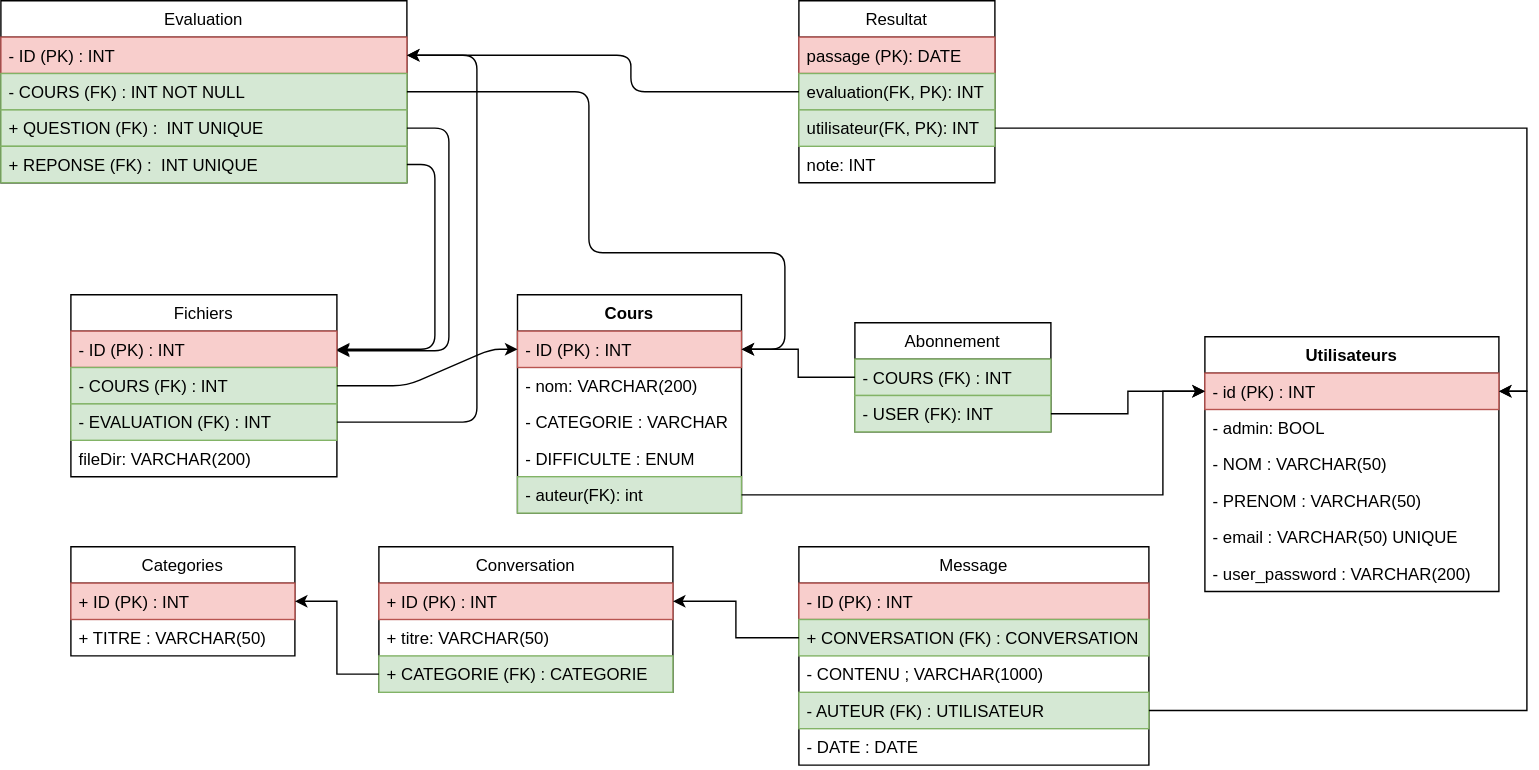
Above: documentation/diagrammes/SVG/BDD.svg in FC-Dijkstra/SiteFormation_DAW (draw.io), before the change. Source tidied: cells renumbered, new cells last; positions are measured from the earlier drawing's top-left corner, leaving out a move shared by most shapes.
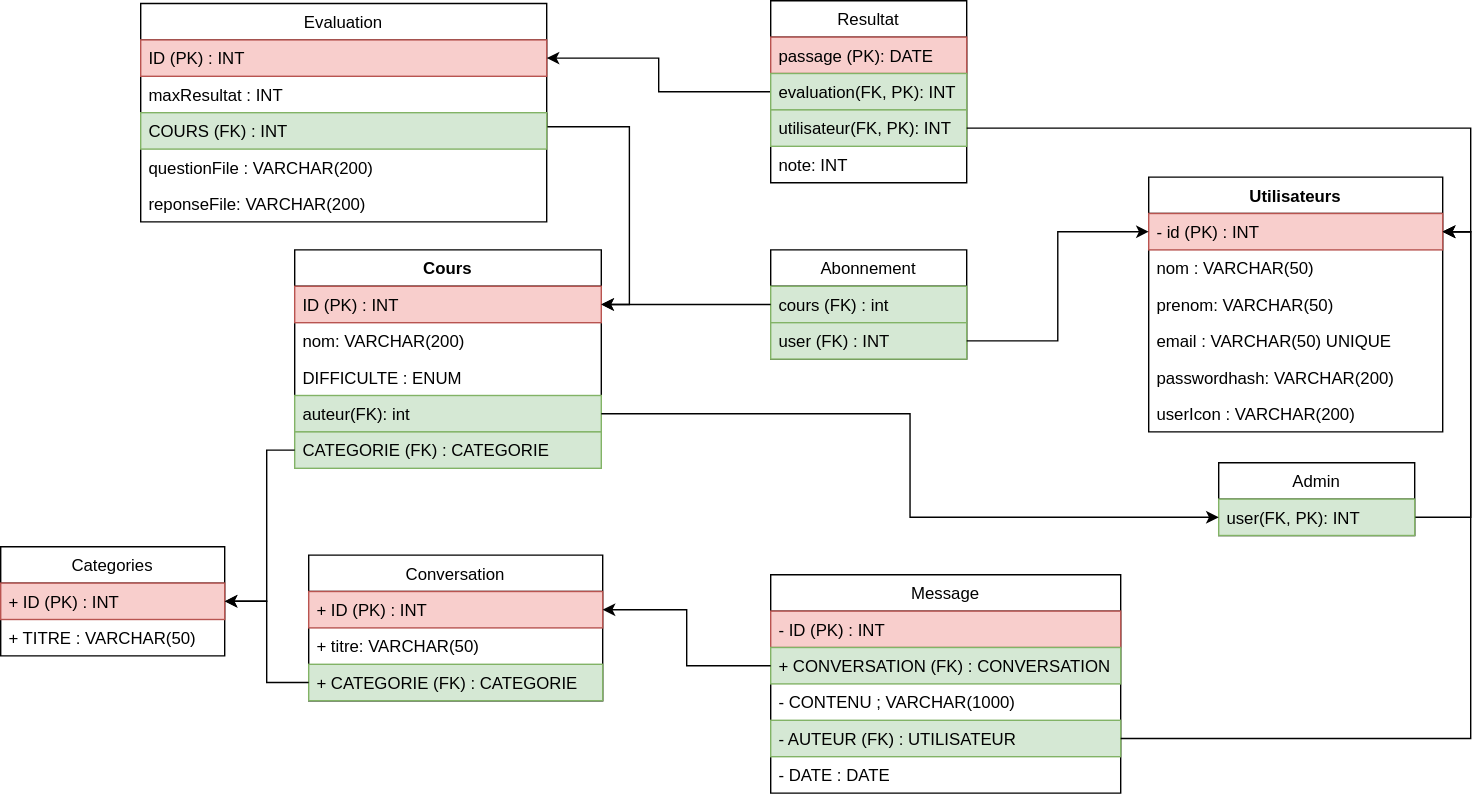
After the commit.

The edit, as a diff of the source:
```diff
@@ -5,3 +5,3 @@
     <mxCell id="2" value="Utilisateurs" style="swimlane;fontStyle=1;align=center;verticalAlign=top;horizontal=1;startSize=26;" parent="1" vertex="1">
-      <mxGeometry x="860" y="240" width="210" height="182" as="geometry" />
+      <mxGeometry x="840" y="126" width="210" height="182" as="geometry" />
     </mxCell>
@@ -10,42 +10,42 @@
     </mxCell>
-    <mxCell id="4" value="- admin: BOOL" style="text;strokeColor=none;fillColor=none;align=left;verticalAlign=top;spacingLeft=4;spacingRight=4;overflow=hidden;" parent="2" vertex="1">
-      <mxGeometry y="52" width="210" height="26" as="geometry" />
-    </mxCell>
-    <mxCell id="5" value="- NOM : VARCHAR(50)" style="text;strokeColor=none;fillColor=none;align=left;verticalAlign=top;spacingLeft=4;spacingRight=4;overflow=hidden;" parent="2" vertex="1">
-      <mxGeometry y="78" width="210" height="26" as="geometry" />
+    <mxCell id="5" value="nom : VARCHAR(50)" style="text;strokeColor=none;fillColor=none;align=left;verticalAlign=top;spacingLeft=4;spacingRight=4;overflow=hidden;" parent="2" vertex="1">
+      <mxGeometry y="52" width="210" height="26" as="geometry" />
     </mxCell>
-    <mxCell id="6" value="- PRENOM : VARCHAR(50)" style="text;strokeColor=none;fillColor=none;align=left;verticalAlign=top;spacingLeft=4;spacingRight=4;overflow=hidden;" parent="2" vertex="1">
-      <mxGeometry y="104" width="210" height="26" as="geometry" />
+    <mxCell id="6" value="prenom: VARCHAR(50)" style="text;strokeColor=none;fillColor=none;align=left;verticalAlign=top;spacingLeft=4;spacingRight=4;overflow=hidden;" parent="2" vertex="1">
+      <mxGeometry y="78" width="210" height="26" as="geometry" />
     </mxCell>
-    <mxCell id="7" value="- email : VARCHAR(50) UNIQUE" style="text;strokeColor=none;fillColor=none;align=left;verticalAlign=top;spacingLeft=4;spacingRight=4;overflow=hidden;" parent="2" vertex="1">
-      <mxGeometry y="130" width="210" height="26" as="geometry" />
+    <mxCell id="7" value="email : VARCHAR(50) UNIQUE" style="text;strokeColor=none;fillColor=none;align=left;verticalAlign=top;spacingLeft=4;spacingRight=4;overflow=hidden;" parent="2" vertex="1">
+      <mxGeometry y="104" width="210" height="26" as="geometry" />
     </mxCell>
-    <mxCell id="8" value="- user_password : VARCHAR(200)" style="text;strokeColor=none;fillColor=none;align=left;verticalAlign=top;spacingLeft=4;spacingRight=4;overflow=hidden;" parent="2" vertex="1">
-      <mxGeometry y="156" width="210" height="26" as="geometry" />
+    <mxCell id="8" value="passwordhash: VARCHAR(200)" style="text;strokeColor=none;fillColor=none;align=left;verticalAlign=top;spacingLeft=4;spacingRight=4;overflow=hidden;" parent="2" vertex="1">
+      <mxGeometry y="130" width="210" height="26" as="geometry" />
     </mxCell>
+    <mxCell id="59" value="userIcon : VARCHAR(200)" style="text;strokeColor=none;fillColor=none;align=left;verticalAlign=top;spacingLeft=4;spacingRight=4;overflow=hidden;" parent="2" vertex="1">
+      <mxGeometry y="156" width="210" height="26" as="geometry" />
+    </mxCell>
     <mxCell id="9" value="Cours" style="swimlane;fontStyle=1;align=center;verticalAlign=top;horizontal=1;startSize=26;" parent="1" vertex="1">
-      <mxGeometry x="369" y="210" width="160" height="156" as="geometry" />
+      <mxGeometry x="230" y="178" width="219" height="156" as="geometry" />
     </mxCell>
-    <mxCell id="10" value="- ID (PK) : INT" style="text;strokeColor=#b85450;fillColor=#f8cecc;align=left;verticalAlign=top;spacingLeft=4;spacingRight=4;overflow=hidden;points=[[0,0.5],[1,0.5]];portConstraint=eastwest;" parent="9" vertex="1">
-      <mxGeometry y="26" width="160" height="26" as="geometry" />
+    <mxCell id="10" value="ID (PK) : INT" style="text;strokeColor=#b85450;fillColor=#f8cecc;align=left;verticalAlign=top;spacingLeft=4;spacingRight=4;overflow=hidden;points=[[0,0.5],[1,0.5]];portConstraint=eastwest;" parent="9" vertex="1">
+      <mxGeometry y="26" width="219" height="26" as="geometry" />
     </mxCell>
-    <mxCell id="11" value="- nom: VARCHAR(200)" style="text;strokeColor=none;fillColor=none;align=left;verticalAlign=top;spacingLeft=4;spacingRight=4;overflow=hidden;" parent="9" vertex="1">
-      <mxGeometry y="52" width="160" height="26" as="geometry" />
+    <mxCell id="11" value="nom: VARCHAR(200)" style="text;strokeColor=none;fillColor=none;align=left;verticalAlign=top;spacingLeft=4;spacingRight=4;overflow=hidden;" parent="9" vertex="1">
+      <mxGeometry y="52" width="219" height="26" as="geometry" />
     </mxCell>
-    <mxCell id="12" value="- CATEGORIE : VARCHAR" style="text;strokeColor=none;fillColor=none;align=left;verticalAlign=top;spacingLeft=4;spacingRight=4;overflow=hidden;" parent="9" vertex="1">
-      <mxGeometry y="78" width="160" height="26" as="geometry" />
-    </mxCell>
-    <mxCell id="13" value="- DIFFICULTE : ENUM" style="text;strokeColor=none;fillColor=none;align=left;verticalAlign=top;spacingLeft=4;spacingRight=4;overflow=hidden;" parent="9" vertex="1">
-      <mxGeometry y="104" width="160" height="26" as="geometry" />
+    <mxCell id="13" value="DIFFICULTE : ENUM" style="text;strokeColor=none;fillColor=none;align=left;verticalAlign=top;spacingLeft=4;spacingRight=4;overflow=hidden;" parent="9" vertex="1">
+      <mxGeometry y="78" width="219" height="26" as="geometry" />
     </mxCell>
-    <mxCell id="14" value="- auteur(FK): int" style="text;strokeColor=#82b366;fillColor=#d5e8d4;align=left;verticalAlign=top;spacingLeft=4;spacingRight=4;overflow=hidden;points=[[0,0.5],[1,0.5]];portConstraint=eastwest;" parent="9" vertex="1">
-      <mxGeometry y="130" width="160" height="26" as="geometry" />
+    <mxCell id="14" value="auteur(FK): int" style="text;strokeColor=#82b366;fillColor=#d5e8d4;align=left;verticalAlign=top;spacingLeft=4;spacingRight=4;overflow=hidden;points=[[0,0.5],[1,0.5]];portConstraint=eastwest;" parent="9" vertex="1">
+      <mxGeometry y="104" width="219" height="26" as="geometry" />
     </mxCell>
+    <mxCell id="60" value="CATEGORIE (FK) : CATEGORIE" style="text;strokeColor=#82b366;fillColor=#d5e8d4;align=left;verticalAlign=top;spacingLeft=4;spacingRight=4;overflow=hidden;points=[[0,0.5],[1,0.5]];portConstraint=eastwest;" parent="9" vertex="1">
+      <mxGeometry y="130" width="219" height="26" as="geometry" />
+    </mxCell>
     <mxCell id="15" value="Abonnement" style="swimlane;fontStyle=0;horizontal=1;startSize=26;fillColor=none;" parent="1" vertex="1">
-      <mxGeometry x="610" y="230" width="140" height="78" as="geometry" />
+      <mxGeometry x="570" y="178" width="140" height="78" as="geometry" />
     </mxCell>
-    <mxCell id="16" value="- COURS (FK) : INT" style="text;strokeColor=#82b366;fillColor=#d5e8d4;align=left;verticalAlign=top;spacingLeft=4;spacingRight=4;overflow=hidden;points=[[0,0.5],[1,0.5]];portConstraint=eastwest;" parent="15" vertex="1">
+    <mxCell id="16" value="cours (FK) : int" style="text;strokeColor=#82b366;fillColor=#d5e8d4;align=left;verticalAlign=top;spacingLeft=4;spacingRight=4;overflow=hidden;points=[[0,0.5],[1,0.5]];portConstraint=eastwest;" parent="15" vertex="1">
       <mxGeometry y="26" width="140" height="26" as="geometry" />
     </mxCell>
-    <mxCell id="17" value="- USER (FK): INT" style="text;strokeColor=#82b366;fillColor=#d5e8d4;align=left;verticalAlign=top;spacingLeft=4;spacingRight=4;overflow=hidden;points=[[0,0.5],[1,0.5]];portConstraint=eastwest;" parent="15" vertex="1">
+    <mxCell id="17" value="user (FK) : INT" style="text;strokeColor=#82b366;fillColor=#d5e8d4;align=left;verticalAlign=top;spacingLeft=4;spacingRight=4;overflow=hidden;points=[[0,0.5],[1,0.5]];portConstraint=eastwest;" parent="15" vertex="1">
       <mxGeometry y="52" width="140" height="26" as="geometry" />
@@ -53,3 +53,3 @@
     <mxCell id="18" value="Message" style="swimlane;fontStyle=0;horizontal=1;startSize=26;fillColor=none;" parent="1" vertex="1">
-      <mxGeometry x="570" y="390" width="250" height="156" as="geometry" />
+      <mxGeometry x="570" y="410" width="250" height="156" as="geometry" />
     </mxCell>
@@ -71,3 +71,3 @@
     <mxCell id="24" value="Conversation" style="swimlane;fontStyle=0;horizontal=1;startSize=26;fillColor=none;" parent="1" vertex="1">
-      <mxGeometry x="270" y="390" width="210" height="104" as="geometry" />
+      <mxGeometry x="240" y="396" width="210" height="104" as="geometry" />
     </mxCell>
@@ -83,3 +83,3 @@
     <mxCell id="28" value="Categories" style="swimlane;fontStyle=0;horizontal=1;startSize=26;fillColor=none;" parent="1" vertex="1">
-      <mxGeometry x="50" y="390" width="160" height="78" as="geometry" />
+      <mxGeometry x="20" y="390" width="160" height="78" as="geometry" />
     </mxCell>
@@ -91,32 +91,32 @@
     </mxCell>
-    <mxCell id="31" value="Fichiers" style="swimlane;fontStyle=0;horizontal=1;startSize=26;fillColor=none;" parent="1" vertex="1">
-      <mxGeometry x="50" y="210" width="190" height="130" as="geometry" />
-    </mxCell>
-    <mxCell id="32" value="- ID (PK) : INT" style="text;strokeColor=#b85450;fillColor=#f8cecc;align=left;verticalAlign=top;spacingLeft=4;spacingRight=4;overflow=hidden;points=[[0,0.5],[1,0.5]];portConstraint=eastwest;" parent="31" vertex="1">
-      <mxGeometry y="26" width="190" height="26" as="geometry" />
-    </mxCell>
-    <mxCell id="33" value="- COURS (FK) : INT" style="text;strokeColor=#82b366;fillColor=#d5e8d4;align=left;verticalAlign=top;spacingLeft=4;spacingRight=4;overflow=hidden;points=[[0,0.5],[1,0.5]];portConstraint=eastwest;" parent="31" vertex="1">
-      <mxGeometry y="52" width="190" height="26" as="geometry" />
-    </mxCell>
-    <mxCell id="34" value="- EVALUATION (FK) : INT" style="text;strokeColor=#82b366;fillColor=#d5e8d4;align=left;verticalAlign=top;spacingLeft=4;spacingRight=4;overflow=hidden;points=[[0,0.5],[1,0.5]];portConstraint=eastwest;" parent="31" vertex="1">
-      <mxGeometry y="78" width="190" height="26" as="geometry" />
-    </mxCell>
-    <mxCell id="35" value="fileDir: VARCHAR(200)" style="text;strokeColor=none;fillColor=none;align=left;verticalAlign=top;spacingLeft=4;spacingRight=4;overflow=hidden;" parent="31" vertex="1">
-      <mxGeometry y="104" width="190" height="26" as="geometry" />
-    </mxCell>
+    <mxCell id="61" style="edgeStyle=orthogonalEdgeStyle;rounded=0;jettySize=auto;html=1;exitX=1;exitY=0.5;exitDx=0;exitDy=0;entryX=1;entryY=0.5;entryDx=0;entryDy=0;" parent="1" edge="1" source="36" target="10">
+      <mxGeometry relative="1" as="geometry">
+        <Array as="points">
+          <mxPoint x="410" y="90" />
+          <mxPoint x="469" y="90" />
+          <mxPoint x="469" y="217" />
+        </Array>
+      </mxGeometry>
+    </mxCell>
     <mxCell id="36" value="Evaluation" style="swimlane;fontStyle=0;horizontal=1;startSize=26;fillColor=none;" parent="1" vertex="1">
-      <mxGeometry width="290" height="130" as="geometry" />
+      <mxGeometry x="120" y="2" width="290" height="156" as="geometry" />
     </mxCell>
-    <mxCell id="37" value="- ID (PK) : INT" style="text;strokeColor=#b85450;fillColor=#f8cecc;align=left;verticalAlign=top;spacingLeft=4;spacingRight=4;overflow=hidden;points=[[0,0.5],[1,0.5]];portConstraint=eastwest;" parent="36" vertex="1">
+    <mxCell id="37" value="ID (PK) : INT" style="text;strokeColor=#b85450;fillColor=#f8cecc;align=left;verticalAlign=top;spacingLeft=4;spacingRight=4;overflow=hidden;points=[[0,0.5],[1,0.5]];portConstraint=eastwest;" parent="36" vertex="1">
       <mxGeometry y="26" width="290" height="26" as="geometry" />
     </mxCell>
+    <mxCell id="62" value="maxResultat : INT" style="text;strokeColor=none;fillColor=none;align=left;verticalAlign=top;spacingLeft=4;spacingRight=4;overflow=hidden;" parent="36" vertex="1">
+      <mxGeometry y="52" width="290" height="26" as="geometry" />
+    </mxCell>
-    <mxCell id="38" value="- COURS (FK) : INT NOT NULL" style="text;strokeColor=#82b366;fillColor=#d5e8d4;align=left;verticalAlign=top;spacingLeft=4;spacingRight=4;overflow=hidden;" parent="36" vertex="1">
-      <mxGeometry y="52" width="290" height="26" as="geometry" />
+    <mxCell id="38" value="COURS (FK) : INT&#10;" style="text;strokeColor=#82b366;fillColor=#d5e8d4;align=left;verticalAlign=top;spacingLeft=4;spacingRight=4;overflow=hidden;" parent="36" vertex="1">
+      <mxGeometry y="78" width="290" height="26" as="geometry" />
     </mxCell>
-    <mxCell id="39" value="+ QUESTION (FK) :  INT UNIQUE" style="text;strokeColor=#82b366;fillColor=#d5e8d4;align=left;verticalAlign=top;spacingLeft=4;spacingRight=4;overflow=hidden;points=[[0,0.5],[1,0.5]];portConstraint=eastwest;" parent="36" vertex="1">
-      <mxGeometry y="78" width="290" height="26" as="geometry" />
+    <mxCell id="39" value="questionFile : VARCHAR(200)" style="text;align=left;verticalAlign=top;spacingLeft=4;spacingRight=4;overflow=hidden;points=[[0,0.5],[1,0.5]];portConstraint=eastwest;" parent="36" vertex="1">
+      <mxGeometry y="104" width="290" height="26" as="geometry" />
     </mxCell>
-    <mxCell id="40" value="+ REPONSE (FK) :  INT UNIQUE" style="text;strokeColor=#82b366;fillColor=#d5e8d4;align=left;verticalAlign=top;spacingLeft=4;spacingRight=4;overflow=hidden;points=[[0,0.5],[1,0.5]];portConstraint=eastwest;" parent="36" vertex="1">
-      <mxGeometry y="104" width="290" height="26" as="geometry" />
+    <mxCell id="40" value="reponseFile: VARCHAR(200)" style="text;align=left;verticalAlign=top;spacingLeft=4;spacingRight=4;overflow=hidden;points=[[0,0.5],[1,0.5]];portConstraint=eastwest;" parent="36" vertex="1">
+      <mxGeometry y="130" width="290" height="26" as="geometry" />
     </mxCell>
+    <mxCell id="63" style="edgeStyle=orthogonalEdgeStyle;rounded=0;jettySize=auto;html=1;exitX=0;exitY=0.5;exitDx=0;exitDy=0;entryX=1;entryY=0.5;entryDx=0;entryDy=0;" parent="1" edge="1" source="41" target="37">
+      <mxGeometry relative="1" as="geometry" />
+    </mxCell>
     <mxCell id="41" value="Resultat" style="swimlane;fontStyle=0;horizontal=1;startSize=26;fillColor=none;" parent="1" vertex="1">
@@ -140,3 +140,8 @@
     <mxCell id="47" style="edgeStyle=orthogonalEdgeStyle;rounded=0;jettySize=auto;html=1;exitX=0;exitY=0.5;exitDx=0;exitDy=0;entryX=1;entryY=0.5;entryDx=0;entryDy=0;" parent="1" edge="1" source="27" target="29">
-      <mxGeometry relative="1" as="geometry" />
+      <mxGeometry relative="1" as="geometry">
+        <Array as="points">
+          <mxPoint x="210" y="487" />
+          <mxPoint x="210" y="429" />
+        </Array>
+      </mxGeometry>
     </mxCell>
@@ -145,2 +150,30 @@
     </mxCell>
+    <mxCell id="50" style="edgeStyle=orthogonalEdgeStyle;rounded=0;jettySize=auto;html=1;exitX=0;exitY=0.5;exitDx=0;exitDy=0;entryX=1;entryY=0.5;entryDx=0;entryDy=0;" parent="1" edge="1" source="16" target="10">
+      <mxGeometry relative="1" as="geometry" />
+    </mxCell>
+    <mxCell id="52" style="edgeStyle=orthogonalEdgeStyle;rounded=0;jettySize=auto;html=1;exitX=1;exitY=0.5;exitDx=0;exitDy=0;entryX=1;entryY=0.5;entryDx=0;entryDy=0;" parent="1" edge="1" source="44" target="3">
+      <mxGeometry relative="1" as="geometry" />
+    </mxCell>
+    <mxCell id="64" style="edgeStyle=orthogonalEdgeStyle;rounded=0;jettySize=auto;html=1;exitX=1;exitY=0.75;exitDx=0;exitDy=0;entryX=1;entryY=0.5;entryDx=0;entryDy=0;" parent="1" edge="1" source="65" target="3">
+      <mxGeometry relative="1" as="geometry">
+        <Array as="points">
+          <mxPoint x="1070" y="369" />
+          <mxPoint x="1070" y="165" />
+        </Array>
+      </mxGeometry>
+    </mxCell>
+    <mxCell id="65" value="Admin" style="swimlane;fontStyle=0;horizontal=1;startSize=26;fillColor=none;" parent="1" vertex="1">
+      <mxGeometry x="890" y="330" width="140" height="52" as="geometry" />
+    </mxCell>
+    <mxCell id="66" value="user(FK, PK): INT" style="text;strokeColor=#82b366;fillColor=#d5e8d4;align=left;verticalAlign=top;spacingLeft=4;spacingRight=4;overflow=hidden;points=[[0,0.5],[1,0.5]];portConstraint=eastwest;" parent="65" vertex="1">
+      <mxGeometry y="26" width="140" height="26" as="geometry" />
+    </mxCell>
+    <mxCell id="67" style="edgeStyle=orthogonalEdgeStyle;rounded=0;jettySize=auto;html=1;exitX=0;exitY=0.5;exitDx=0;exitDy=0;entryX=1;entryY=0.5;entryDx=0;entryDy=0;" parent="1" edge="1" source="60" target="29">
+      <mxGeometry relative="1" as="geometry">
+        <Array as="points">
+          <mxPoint x="210" y="321" />
+          <mxPoint x="210" y="429" />
+        </Array>
+      </mxGeometry>
+    </mxCell>
     <mxCell id="49" style="edgeStyle=orthogonalEdgeStyle;rounded=0;jettySize=auto;html=1;exitX=1;exitY=0.5;exitDx=0;exitDy=0;entryX=0;entryY=0.5;entryDx=0;entryDy=0;" parent="1" edge="1" source="17" target="3">
@@ -148,67 +181,5 @@
     </mxCell>
-    <mxCell id="50" style="edgeStyle=orthogonalEdgeStyle;rounded=0;jettySize=auto;html=1;exitX=0;exitY=0.5;exitDx=0;exitDy=0;entryX=1;entryY=0.5;entryDx=0;entryDy=0;" parent="1" edge="1" source="16" target="10">
-      <mxGeometry relative="1" as="geometry" />
-    </mxCell>
-    <mxCell id="51" style="edgeStyle=orthogonalEdgeStyle;rounded=0;jettySize=auto;html=1;exitX=1;exitY=0.5;exitDx=0;exitDy=0;entryX=0;entryY=0.5;entryDx=0;entryDy=0;" parent="1" edge="1" source="14" target="3">
-      <mxGeometry relative="1" as="geometry">
-        <Array as="points">
-          <mxPoint x="830" y="353" />
-          <mxPoint x="830" y="279" />
-        </Array>
-      </mxGeometry>
-    </mxCell>
-    <mxCell id="52" style="edgeStyle=orthogonalEdgeStyle;rounded=0;jettySize=auto;html=1;exitX=1;exitY=0.5;exitDx=0;exitDy=0;entryX=1;entryY=0.5;entryDx=0;entryDy=0;" parent="1" edge="1" source="44" target="3">
-      <mxGeometry relative="1" as="geometry" />
-    </mxCell>
-    <mxCell id="53" style="endArrow=classic;html=1;exitX=1;exitY=0.5;exitDx=0;exitDy=0;entryX=1;entryY=0.5;entryDx=0;entryDy=0;" parent="1" edge="1" source="40" target="32">
-      <mxGeometry relative="1" as="geometry">
-        <Array as="points">
-          <mxPoint x="310" y="117" />
-          <mxPoint x="310" y="249" />
-        </Array>
-      </mxGeometry>
-    </mxCell>
-    <mxCell id="54" style="endArrow=classic;html=1;exitX=1;exitY=0.5;exitDx=0;exitDy=0;" parent="1" edge="1" source="39">
-      <mxGeometry relative="1" as="geometry">
-        <mxPoint x="240" y="250" as="targetPoint" />
-        <Array as="points">
-          <mxPoint x="320" y="91" />
-          <mxPoint x="320" y="250" />
-        </Array>
-      </mxGeometry>
-    </mxCell>
-    <mxCell id="55" style="endArrow=classic;html=1;exitX=1;exitY=0.5;exitDx=0;exitDy=0;entryX=1;entryY=0.5;entryDx=0;entryDy=0;" parent="1" edge="1" source="34" target="37">
-      <mxGeometry relative="1" as="geometry">
-        <Array as="points">
-          <mxPoint x="340" y="301" />
-          <mxPoint x="340" y="39" />
-        </Array>
-      </mxGeometry>
-    </mxCell>
-    <mxCell id="56" style="endArrow=classic;html=1;entryX=0;entryY=0.5;entryDx=0;entryDy=0;exitX=1;exitY=0.5;exitDx=0;exitDy=0;" parent="1" edge="1" source="33" target="10">
-      <mxGeometry relative="1" as="geometry">
-        <Array as="points">
-          <mxPoint x="290" y="275" />
-          <mxPoint x="350" y="249" />
-        </Array>
-      </mxGeometry>
-    </mxCell>
-    <mxCell id="57" style="endArrow=classic;html=1;exitX=0;exitY=0.5;exitDx=0;exitDy=0;entryX=1;entryY=0.5;entryDx=0;entryDy=0;" parent="1" edge="1" source="43" target="37">
-      <mxGeometry relative="1" as="geometry">
-        <Array as="points">
-          <mxPoint x="450" y="65" />
-          <mxPoint x="450" y="39" />
-        </Array>
-      </mxGeometry>
-    </mxCell>
-    <mxCell id="58" style="endArrow=classic;html=1;exitX=1;exitY=0.5;exitDx=0;exitDy=0;entryX=1;entryY=0.25;entryDx=0;entryDy=0;" parent="1" edge="1" source="36" target="9">
-      <mxGeometry relative="1" as="geometry">
-        <Array as="points">
-          <mxPoint x="420" y="65" />
-          <mxPoint x="420" y="180" />
-          <mxPoint x="560" y="180" />
-          <mxPoint x="560" y="249" />
-        </Array>
-      </mxGeometry>
-    </mxCell>
+    <mxCell id="68" style="edgeStyle=orthogonalEdgeStyle;rounded=0;jettySize=auto;html=1;exitX=1;exitY=0.5;exitDx=0;exitDy=0;entryX=0;entryY=0.5;entryDx=0;entryDy=0;" parent="1" edge="1" source="14" target="66">
+      <mxGeometry relative="1" as="geometry" />
+    </mxCell>
   </root>
```
